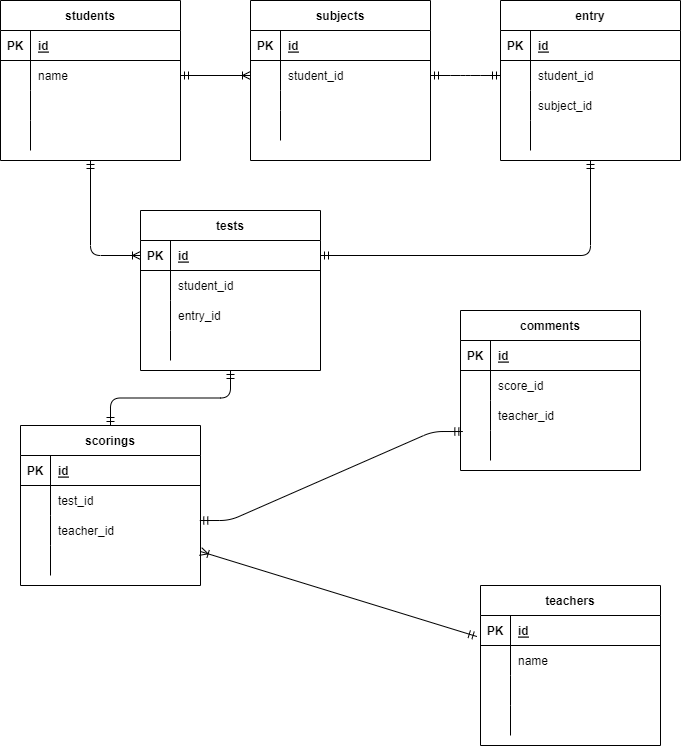
The draw.io diagram .drawio.png in naotominato/20220530aso, before a commit. Source tidied: cells renumbered, new cells last; positions are measured from the earlier drawing's top-left corner, leaving out a move shared by most shapes.
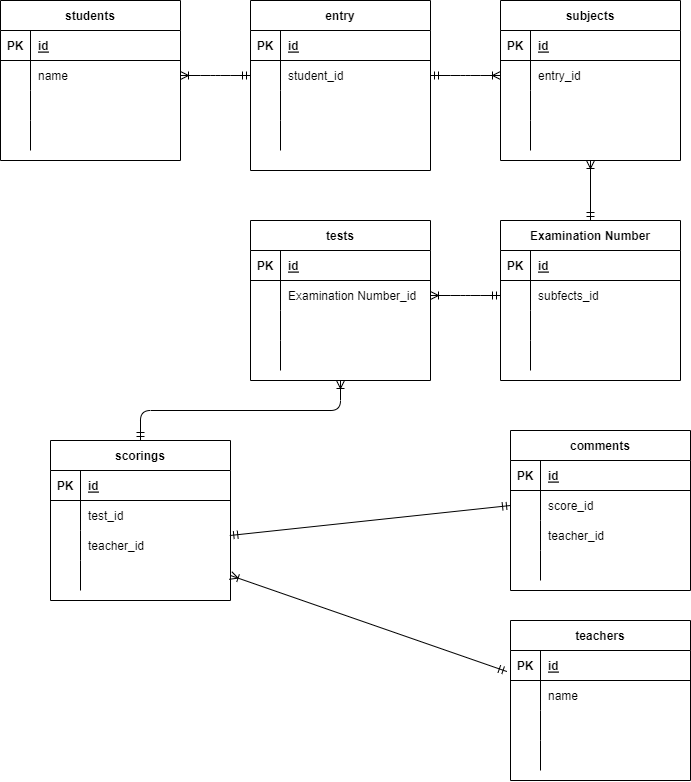
After the change.

Change to the diagram source:
```diff
@@ -42,7 +42,7 @@
       <mxGeometry x="30" width="150" height="30" as="geometry" />
     </mxCell>
     <mxCell id="15" value="teachers" style="shape=table;startSize=30;rowLines=0;fontStyle=1;align=center;" parent="1" vertex="1">
-      <mxGeometry x="480" y="585" width="180" height="160" as="geometry" />
+      <mxGeometry x="510" y="620" width="180" height="160" as="geometry" />
     </mxCell>
     <mxCell id="16" style="shape=partialRectangle;fillColor=none;top=0;left=0;bottom=1;right=0;points=[[0,0.5],[1,0.5]];portConstraint=eastwest;" parent="15" vertex="1">
       <mxGeometry y="30" width="180" height="30" as="geometry" />
@@ -81,7 +81,7 @@
       <mxGeometry x="30" width="150" height="30" as="geometry" />
     </mxCell>
     <mxCell id="28" value="tests" style="shape=table;startSize=30;rowLines=0;fontStyle=1;align=center;" parent="1" vertex="1">
-      <mxGeometry x="140" y="210" width="180" height="160" as="geometry" />
+      <mxGeometry x="250" y="220" width="180" height="160" as="geometry" />
     </mxCell>
     <mxCell id="29" style="shape=partialRectangle;fillColor=none;top=0;left=0;bottom=1;right=0;points=[[0,0.5],[1,0.5]];portConstraint=eastwest;" parent="28" vertex="1">
       <mxGeometry y="30" width="180" height="30" as="geometry" />
@@ -98,7 +98,7 @@
     <mxCell id="33" style="shape=partialRectangle;fillColor=none;top=0;left=0;bottom=0;right=0;overflow=hidden;" parent="32" vertex="1">
       <mxGeometry width="30" height="30" as="geometry" />
     </mxCell>
-    <mxCell id="34" value="student_id" style="shape=partialRectangle;fillColor=none;top=0;left=0;bottom=0;right=0;align=left;spacingLeft=6;overflow=hidden;" parent="32" vertex="1">
+    <mxCell id="34" value="Examination Number_id" style="shape=partialRectangle;fillColor=none;top=0;left=0;bottom=0;right=0;align=left;spacingLeft=6;overflow=hidden;" parent="32" vertex="1">
       <mxGeometry x="30" width="150" height="30" as="geometry" />
     </mxCell>
     <mxCell id="35" style="shape=partialRectangle;fillColor=none;top=0;left=0;bottom=0;right=0;" parent="28" vertex="1">
@@ -107,7 +107,7 @@
     <mxCell id="36" style="shape=partialRectangle;fillColor=none;top=0;left=0;bottom=0;right=0;overflow=hidden;" parent="35" vertex="1">
       <mxGeometry width="30" height="30" as="geometry" />
     </mxCell>
-    <mxCell id="37" value="entry_id" style="shape=partialRectangle;fillColor=none;top=0;left=0;bottom=0;right=0;align=left;spacingLeft=6;overflow=hidden;" parent="35" vertex="1">
+    <mxCell id="37" style="shape=partialRectangle;fillColor=none;top=0;left=0;bottom=0;right=0;align=left;spacingLeft=6;overflow=hidden;" parent="35" vertex="1">
       <mxGeometry x="30" width="150" height="30" as="geometry" />
     </mxCell>
     <mxCell id="38" style="shape=partialRectangle;fillColor=none;top=0;left=0;bottom=0;right=0;" parent="28" vertex="1">
@@ -120,7 +120,7 @@
       <mxGeometry x="30" width="150" height="30" as="geometry" />
     </mxCell>
     <mxCell id="41" value="scorings" style="shape=table;startSize=30;rowLines=0;fontStyle=1;align=center;" parent="1" vertex="1">
-      <mxGeometry x="20" y="425" width="180" height="160" as="geometry" />
+      <mxGeometry x="50" y="440" width="180" height="160" as="geometry" />
     </mxCell>
     <mxCell id="42" style="shape=partialRectangle;fillColor=none;top=0;left=0;bottom=1;right=0;" parent="41" vertex="1">
       <mxGeometry y="30" width="180" height="30" as="geometry" />
@@ -159,7 +159,7 @@
       <mxGeometry x="30" width="150" height="30" as="geometry" />
     </mxCell>
     <mxCell id="54" value="comments" style="shape=table;startSize=30;rowLines=0;fontStyle=1;align=center;" parent="1" vertex="1">
-      <mxGeometry x="460" y="310" width="180" height="160" as="geometry" />
+      <mxGeometry x="510" y="430" width="180" height="160" as="geometry" />
     </mxCell>
     <mxCell id="55" style="shape=partialRectangle;fillColor=none;top=0;left=0;bottom=1;right=0;" parent="54" vertex="1">
       <mxGeometry y="30" width="180" height="30" as="geometry" />
@@ -197,8 +197,8 @@
     <mxCell id="66" style="shape=partialRectangle;fillColor=none;top=0;left=0;bottom=0;right=0;align=left;spacingLeft=6;overflow=hidden;" parent="64" vertex="1">
       <mxGeometry x="30" width="150" height="30" as="geometry" />
     </mxCell>
-    <mxCell id="67" value="subjects" style="shape=table;startSize=30;rowLines=0;fontStyle=1;align=center;" parent="1" vertex="1">
-      <mxGeometry x="250" width="180" height="160" as="geometry" />
+    <mxCell id="67" value="entry" style="shape=table;startSize=30;rowLines=0;fontStyle=1;align=center;" parent="1" vertex="1">
+      <mxGeometry x="250" width="180" height="170" as="geometry" />
     </mxCell>
     <mxCell id="68" style="shape=partialRectangle;fillColor=none;top=0;left=0;bottom=1;right=0;" parent="67" vertex="1">
       <mxGeometry y="30" width="180" height="30" as="geometry" />
@@ -219,16 +219,16 @@
       <mxGeometry x="30" width="150" height="30" as="geometry" />
     </mxCell>
     <mxCell id="74" style="shape=partialRectangle;fillColor=none;top=0;left=0;bottom=0;right=0;" parent="67" vertex="1">
-      <mxGeometry y="90" width="180" height="20" as="geometry" />
+      <mxGeometry y="90" width="180" height="30" as="geometry" />
     </mxCell>
     <mxCell id="75" style="shape=partialRectangle;fillColor=none;top=0;left=0;bottom=0;right=0;overflow=hidden;" parent="74" vertex="1">
-      <mxGeometry width="30" height="20" as="geometry" />
+      <mxGeometry width="30" height="30" as="geometry" />
     </mxCell>
     <mxCell id="76" style="shape=partialRectangle;fillColor=none;top=0;left=0;bottom=0;right=0;align=left;spacingLeft=6;overflow=hidden;" parent="74" vertex="1">
-      <mxGeometry x="30" width="150" height="20" as="geometry" />
+      <mxGeometry x="30" width="150" height="30" as="geometry" />
     </mxCell>
     <mxCell id="77" style="shape=partialRectangle;fillColor=none;top=0;left=0;bottom=0;right=0;" parent="67" vertex="1">
-      <mxGeometry y="110" width="180" height="30" as="geometry" />
+      <mxGeometry y="120" width="180" height="30" as="geometry" />
     </mxCell>
     <mxCell id="78" style="shape=partialRectangle;fillColor=none;top=0;left=0;bottom=0;right=0;overflow=hidden;" parent="77" vertex="1">
       <mxGeometry width="30" height="30" as="geometry" />
@@ -236,21 +236,10 @@
     <mxCell id="79" style="shape=partialRectangle;fillColor=none;top=0;left=0;bottom=0;right=0;align=left;spacingLeft=6;overflow=hidden;" parent="77" vertex="1">
       <mxGeometry x="30" width="150" height="30" as="geometry" />
     </mxCell>
-    <mxCell id="80" style="fontSize=12;html=1;endArrow=ERoneToMany;startArrow=ERmandOne;exitX=-0.02;exitY=0.701;exitDx=0;exitDy=0;exitPerimeter=0;" parent="1" edge="1" source="16">
-      <mxGeometry relative="1" as="geometry">
-        <mxPoint x="200" y="551" as="targetPoint" />
-      </mxGeometry>
+    <mxCell id="80" style="fontSize=12;html=1;endArrow=ERoneToMany;startArrow=ERmandOne;exitX=-0.02;exitY=0.701;exitDx=0;exitDy=0;exitPerimeter=0;entryX=1;entryY=0.5;entryDx=0;entryDy=0;" parent="1" edge="1" source="16" target="51">
+      <mxGeometry relative="1" as="geometry" />
     </mxCell>
-    <mxCell id="81" style="fontSize=12;html=1;endArrow=ERoneToMany;startArrow=ERmandOne;exitX=0.5;exitY=1;exitDx=0;exitDy=0;entryX=0;entryY=0.5;entryDx=0;entryDy=0;edgeStyle=orthogonalEdgeStyle;" parent="1" edge="1" source="2" target="29">
-      <mxGeometry relative="1" as="geometry" />
-    </mxCell>
-    <mxCell id="82" style="fontSize=12;html=1;endArrow=ERmandOne;startArrow=ERmandOne;exitX=0.5;exitY=1;exitDx=0;exitDy=0;entryX=0.5;entryY=0;entryDx=0;entryDy=0;edgeStyle=orthogonalEdgeStyle;" parent="1" edge="1" source="28" target="41">
-      <mxGeometry relative="1" as="geometry" />
-    </mxCell>
-    <mxCell id="83" style="fontSize=12;html=1;endArrow=ERoneToMany;startArrow=ERmandOne;entryX=0;entryY=0.5;entryDx=0;entryDy=0;exitX=1;exitY=0.5;exitDx=0;exitDy=0;" parent="1" edge="1" source="6" target="71">
-      <mxGeometry relative="1" as="geometry" />
-    </mxCell>
-    <mxCell id="84" value="entry" style="shape=table;startSize=30;rowLines=0;fontStyle=1;align=center;" parent="1" vertex="1">
+    <mxCell id="84" value="subjects" style="shape=table;startSize=30;rowLines=0;fontStyle=1;align=center;" parent="1" vertex="1">
       <mxGeometry x="500" width="180" height="160" as="geometry" />
     </mxCell>
     <mxCell id="85" style="shape=partialRectangle;fillColor=none;top=0;left=0;bottom=1;right=0;" parent="84" vertex="1">
@@ -268,7 +257,7 @@
     <mxCell id="89" style="shape=partialRectangle;fillColor=none;top=0;left=0;bottom=0;right=0;overflow=hidden;" parent="88" vertex="1">
       <mxGeometry width="30" height="30" as="geometry" />
     </mxCell>
-    <mxCell id="90" value="student_id" style="shape=partialRectangle;fillColor=none;top=0;left=0;bottom=0;right=0;align=left;spacingLeft=6;overflow=hidden;" parent="88" vertex="1">
+    <mxCell id="90" value="entry_id" style="shape=partialRectangle;fillColor=none;top=0;left=0;bottom=0;right=0;align=left;spacingLeft=6;overflow=hidden;" parent="88" vertex="1">
       <mxGeometry x="30" width="150" height="30" as="geometry" />
     </mxCell>
     <mxCell id="91" style="shape=partialRectangle;fillColor=none;top=0;left=0;bottom=0;right=0;" parent="84" vertex="1">
@@ -277,7 +266,7 @@
     <mxCell id="92" style="shape=partialRectangle;fillColor=none;top=0;left=0;bottom=0;right=0;overflow=hidden;" parent="91" vertex="1">
       <mxGeometry width="30" height="30" as="geometry" />
     </mxCell>
-    <mxCell id="93" value="subject_id" style="shape=partialRectangle;fillColor=none;top=0;left=0;bottom=0;right=0;align=left;spacingLeft=6;overflow=hidden;" parent="91" vertex="1">
+    <mxCell id="93" style="shape=partialRectangle;fillColor=none;top=0;left=0;bottom=0;right=0;align=left;spacingLeft=6;overflow=hidden;" parent="91" vertex="1">
       <mxGeometry x="30" width="150" height="30" as="geometry" />
     </mxCell>
     <mxCell id="94" style="shape=partialRectangle;fillColor=none;top=0;left=0;bottom=0;right=0;" parent="84" vertex="1">
@@ -289,14 +278,62 @@
     <mxCell id="96" style="shape=partialRectangle;fillColor=none;top=0;left=0;bottom=0;right=0;align=left;spacingLeft=6;overflow=hidden;" parent="94" vertex="1">
       <mxGeometry x="30" width="150" height="30" as="geometry" />
     </mxCell>
+    <mxCell id="99" style="fontSize=12;html=1;endArrow=ERmandOne;startArrow=ERmandOne;exitX=0.996;exitY=0.167;exitDx=0;exitDy=0;exitPerimeter=0;entryX=0;entryY=0.5;entryDx=0;entryDy=0;" parent="1" edge="1" source="48" target="58">
+      <mxGeometry relative="1" as="geometry" />
+    </mxCell>
+    <mxCell id="100" style="edgeStyle=entityRelationEdgeStyle;fontSize=12;html=1;endArrow=ERoneToMany;startArrow=ERmandOne;entryX=1;entryY=0.5;entryDx=0;entryDy=0;exitX=0;exitY=0.5;exitDx=0;exitDy=0;" parent="1" edge="1" source="71" target="6">
+      <mxGeometry relative="1" as="geometry" />
+    </mxCell>
-    <mxCell id="97" style="edgeStyle=entityRelationEdgeStyle;fontSize=12;html=1;endArrow=ERmandOne;startArrow=ERmandOne;entryX=0;entryY=0.5;entryDx=0;entryDy=0;exitX=1;exitY=0.5;exitDx=0;exitDy=0;" parent="1" edge="1" source="71" target="88">
+    <mxCell id="97" style="edgeStyle=entityRelationEdgeStyle;fontSize=12;html=1;endArrow=ERoneToMany;startArrow=ERmandOne;entryX=0;entryY=0.5;entryDx=0;entryDy=0;exitX=1;exitY=0.5;exitDx=0;exitDy=0;" parent="1" edge="1" source="71" target="88">
       <mxGeometry relative="1" as="geometry" />
     </mxCell>
-    <mxCell id="98" style="edgeStyle=orthogonalEdgeStyle;fontSize=12;html=1;endArrow=ERmandOne;startArrow=ERmandOne;entryX=0.5;entryY=1;entryDx=0;entryDy=0;exitX=1;exitY=0.5;exitDx=0;exitDy=0;" parent="1" edge="1" source="29" target="84">
-      <mxGeometry relative="1" as="geometry" />
-    </mxCell>
-    <mxCell id="99" style="edgeStyle=entityRelationEdgeStyle;fontSize=12;html=1;endArrow=ERmandOne;startArrow=ERmandOne;exitX=0.996;exitY=0.167;exitDx=0;exitDy=0;exitPerimeter=0;entryX=0.013;entryY=0.034;entryDx=0;entryDy=0;entryPerimeter=0;" parent="1" edge="1" source="48" target="64">
-      <mxGeometry relative="1" as="geometry" />
-    </mxCell>
+    <mxCell id="101" style="edgeStyle=orthogonalEdgeStyle;fontSize=12;html=1;endArrow=ERoneToMany;startArrow=ERmandOne;entryX=0.5;entryY=1;entryDx=0;entryDy=0;exitX=0.5;exitY=0;exitDx=0;exitDy=0;" parent="1" edge="1" source="41" target="28">
+      <mxGeometry relative="1" as="geometry" />
+    </mxCell>
+    <mxCell id="102" value="Examination Number" style="shape=table;startSize=30;rowLines=0;fontStyle=1;align=center;" parent="1" vertex="1">
+      <mxGeometry x="500" y="220" width="180" height="160" as="geometry" />
+    </mxCell>
+    <mxCell id="103" style="shape=partialRectangle;fillColor=none;top=0;left=0;bottom=1;right=0;" parent="102" vertex="1">
+      <mxGeometry y="30" width="180" height="30" as="geometry" />
+    </mxCell>
+    <mxCell id="104" value="PK" style="shape=partialRectangle;fillColor=none;top=0;left=0;bottom=0;right=0;fontStyle=1;overflow=hidden;" parent="103" vertex="1">
+      <mxGeometry width="30" height="30" as="geometry" />
+    </mxCell>
+    <mxCell id="105" value="id" style="shape=partialRectangle;fillColor=none;top=0;left=0;bottom=0;right=0;align=left;spacingLeft=6;fontStyle=5;overflow=hidden;" parent="103" vertex="1">
+      <mxGeometry x="30" width="150" height="30" as="geometry" />
+    </mxCell>
+    <mxCell id="106" style="shape=partialRectangle;fillColor=none;top=0;left=0;bottom=0;right=0;points=[[0,0.5],[1,0.5]];portConstraint=eastwest;" parent="102" vertex="1">
+      <mxGeometry y="60" width="180" height="30" as="geometry" />
+    </mxCell>
+    <mxCell id="107" style="shape=partialRectangle;fillColor=none;top=0;left=0;bottom=0;right=0;overflow=hidden;" parent="106" vertex="1">
+      <mxGeometry width="30" height="30" as="geometry" />
+    </mxCell>
+    <mxCell id="108" value="subfects_id" style="shape=partialRectangle;fillColor=none;top=0;left=0;bottom=0;right=0;align=left;spacingLeft=6;overflow=hidden;" parent="106" vertex="1">
+      <mxGeometry x="30" width="150" height="30" as="geometry" />
+    </mxCell>
+    <mxCell id="109" style="shape=partialRectangle;fillColor=none;top=0;left=0;bottom=0;right=0;" parent="102" vertex="1">
+      <mxGeometry y="90" width="180" height="30" as="geometry" />
+    </mxCell>
+    <mxCell id="110" style="shape=partialRectangle;fillColor=none;top=0;left=0;bottom=0;right=0;overflow=hidden;" parent="109" vertex="1">
+      <mxGeometry width="30" height="30" as="geometry" />
+    </mxCell>
+    <mxCell id="111" style="shape=partialRectangle;fillColor=none;top=0;left=0;bottom=0;right=0;align=left;spacingLeft=6;overflow=hidden;" parent="109" vertex="1">
+      <mxGeometry x="30" width="150" height="30" as="geometry" />
+    </mxCell>
+    <mxCell id="112" style="shape=partialRectangle;fillColor=none;top=0;left=0;bottom=0;right=0;" parent="102" vertex="1">
+      <mxGeometry y="120" width="180" height="30" as="geometry" />
+    </mxCell>
+    <mxCell id="113" style="shape=partialRectangle;fillColor=none;top=0;left=0;bottom=0;right=0;overflow=hidden;" parent="112" vertex="1">
+      <mxGeometry width="30" height="30" as="geometry" />
+    </mxCell>
+    <mxCell id="114" style="shape=partialRectangle;fillColor=none;top=0;left=0;bottom=0;right=0;align=left;spacingLeft=6;overflow=hidden;" parent="112" vertex="1">
+      <mxGeometry x="30" width="150" height="30" as="geometry" />
+    </mxCell>
+    <mxCell id="115" style="fontSize=12;html=1;endArrow=ERoneToMany;startArrow=ERmandOne;entryX=0.5;entryY=1;entryDx=0;entryDy=0;exitX=0.5;exitY=0;exitDx=0;exitDy=0;" parent="1" edge="1" source="102" target="84">
+      <mxGeometry relative="1" as="geometry" />
+    </mxCell>
+    <mxCell id="116" style="edgeStyle=entityRelationEdgeStyle;fontSize=12;html=1;endArrow=ERoneToMany;startArrow=ERmandOne;entryX=1;entryY=0.5;entryDx=0;entryDy=0;exitX=0;exitY=0.5;exitDx=0;exitDy=0;" parent="1" edge="1" source="106" target="32">
+      <mxGeometry relative="1" as="geometry" />
+    </mxCell>
   </root>
 </mxGraphModel>
```
